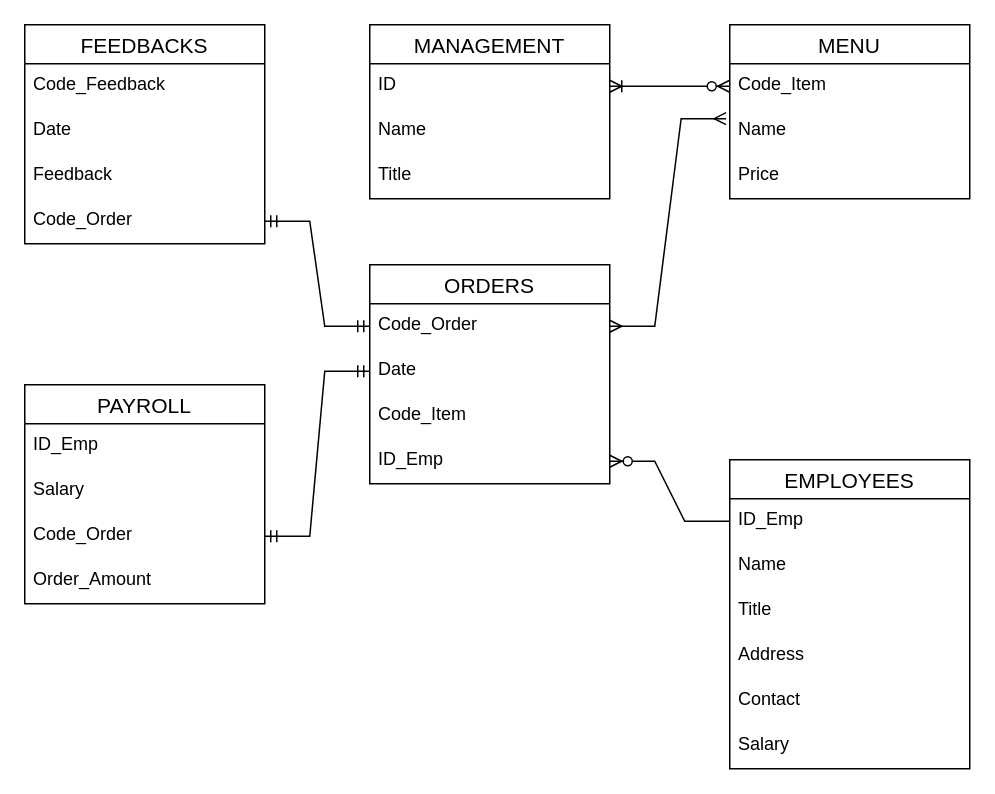
This is page "ER Diagram" (5 of 5) of canteen_management.drawio from ysebega/ysebega, a draw.io file, before an edit. Source tidied: cells renumbered, new cells numbered last; positions are measured from the earlier drawing's top-left corner, leaving out a move shared by most shapes. Both pictures are drawn from the tidied source at 150%, with x=0, y=0 at pixel (24, 24).
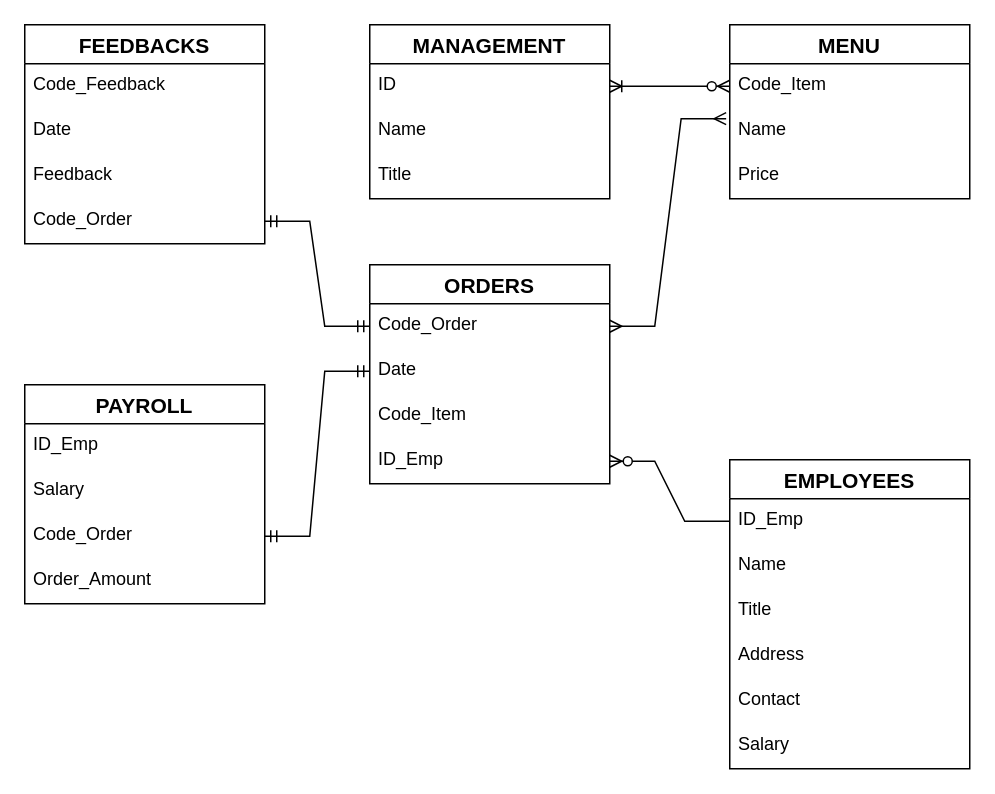
After the change.

The edit, as a diff of the source:
```diff
@@
-    <mxCell id="2" value="EMPLOYEES" style="swimlane;fontStyle=0;horizontal=1;startSize=26;align=center;fontSize=14;" parent="1" vertex="1">
+    <mxCell id="2" value="EMPLOYEES" style="swimlane;fontStyle=1;horizontal=1;startSize=26;align=center;fontSize=14;" parent="1" vertex="1">
       <mxGeometry x="470" y="290" width="160" height="206" as="geometry" />
     </mxCell>
@@
-    <mxCell id="9" value="ORDERS" style="swimlane;fontStyle=0;horizontal=1;startSize=26;align=center;fontSize=14;" parent="1" vertex="1">
+    <mxCell id="9" value="ORDERS" style="swimlane;fontStyle=1;horizontal=1;startSize=26;align=center;fontSize=14;" parent="1" vertex="1">
       <mxGeometry x="230" y="160" width="160" height="146" as="geometry" />
     </mxCell>
@@
-    <mxCell id="14" value="MENU" style="swimlane;fontStyle=0;horizontal=1;startSize=26;align=center;fontSize=14;" parent="1" vertex="1">
+    <mxCell id="14" value="MENU" style="swimlane;fontStyle=1;horizontal=1;startSize=26;align=center;fontSize=14;" parent="1" vertex="1">
       <mxGeometry x="470" width="160" height="116" as="geometry" />
     </mxCell>
@@
-    <mxCell id="18" value="FEEDBACKS" style="swimlane;fontStyle=0;horizontal=1;startSize=26;align=center;fontSize=14;" parent="1" vertex="1">
+    <mxCell id="18" value="FEEDBACKS" style="swimlane;fontStyle=1;horizontal=1;startSize=26;align=center;fontSize=14;" parent="1" vertex="1">
       <mxGeometry width="160" height="146" as="geometry" />
     </mxCell>
@@
-    <mxCell id="23" value="MANAGEMENT" style="swimlane;fontStyle=0;horizontal=1;startSize=26;align=center;fontSize=14;" parent="1" vertex="1">
+    <mxCell id="23" value="MANAGEMENT" style="swimlane;fontStyle=1;horizontal=1;startSize=26;align=center;fontSize=14;" parent="1" vertex="1">
       <mxGeometry x="230" width="160" height="116" as="geometry" />
     </mxCell>
@@
-    <mxCell id="31" value="PAYROLL" style="swimlane;fontStyle=0;horizontal=1;startSize=26;align=center;fontSize=14;" parent="1" vertex="1">
+    <mxCell id="31" value="PAYROLL" style="swimlane;fontStyle=1;horizontal=1;startSize=26;align=center;fontSize=14;" parent="1" vertex="1">
       <mxGeometry y="240" width="160" height="146" as="geometry" />
     </mxCell>
```
